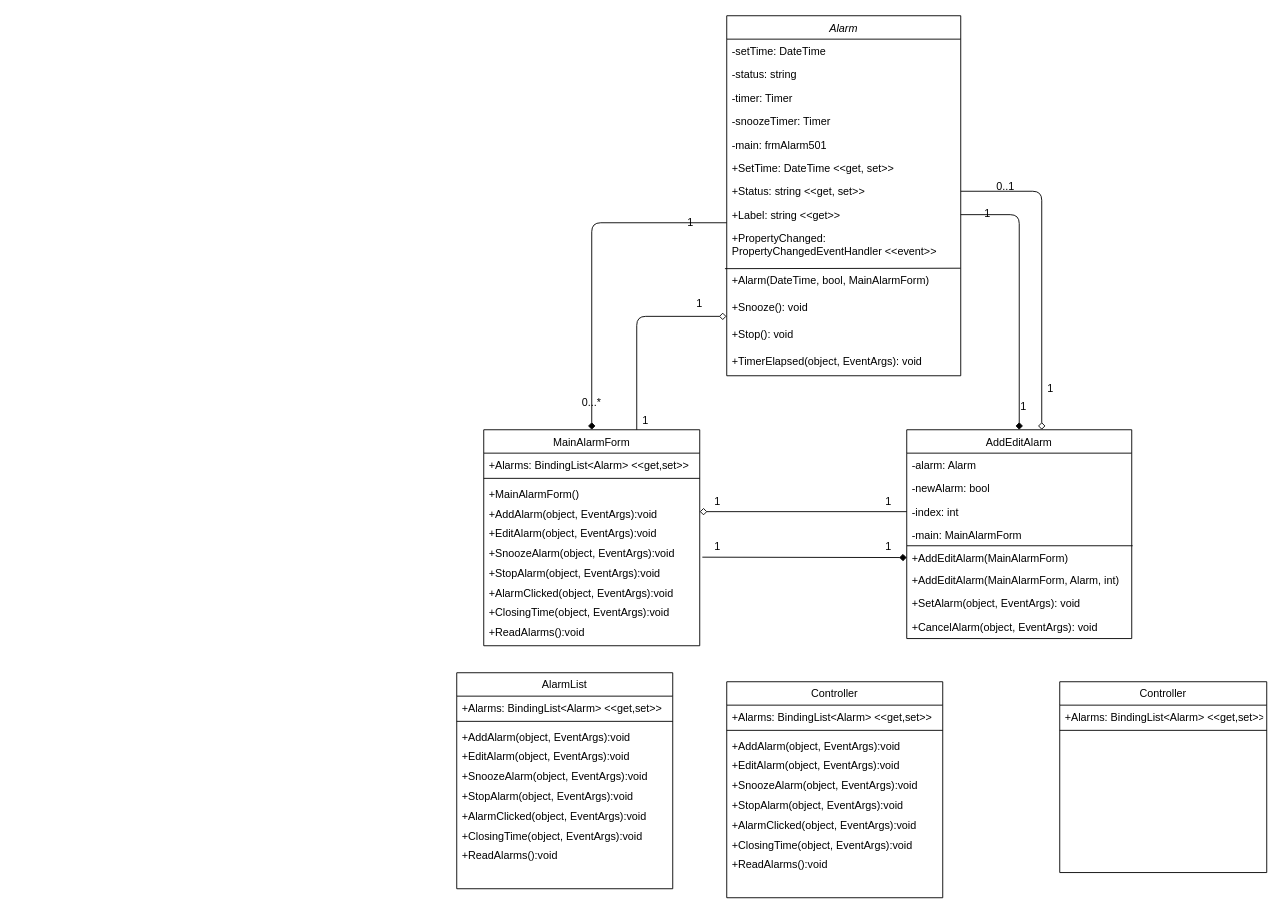
Above: Alarm501-CD-P2.drawio in ZacheryHazen/test (draw.io), before the change. Source tidied: cells renumbered, new cells numbered last; positions are measured from the earlier drawing's top-left corner, leaving out a move shared by most shapes. Both pictures are drawn from the tidied source at 90%, with x=0, y=0 at pixel (456, 15).
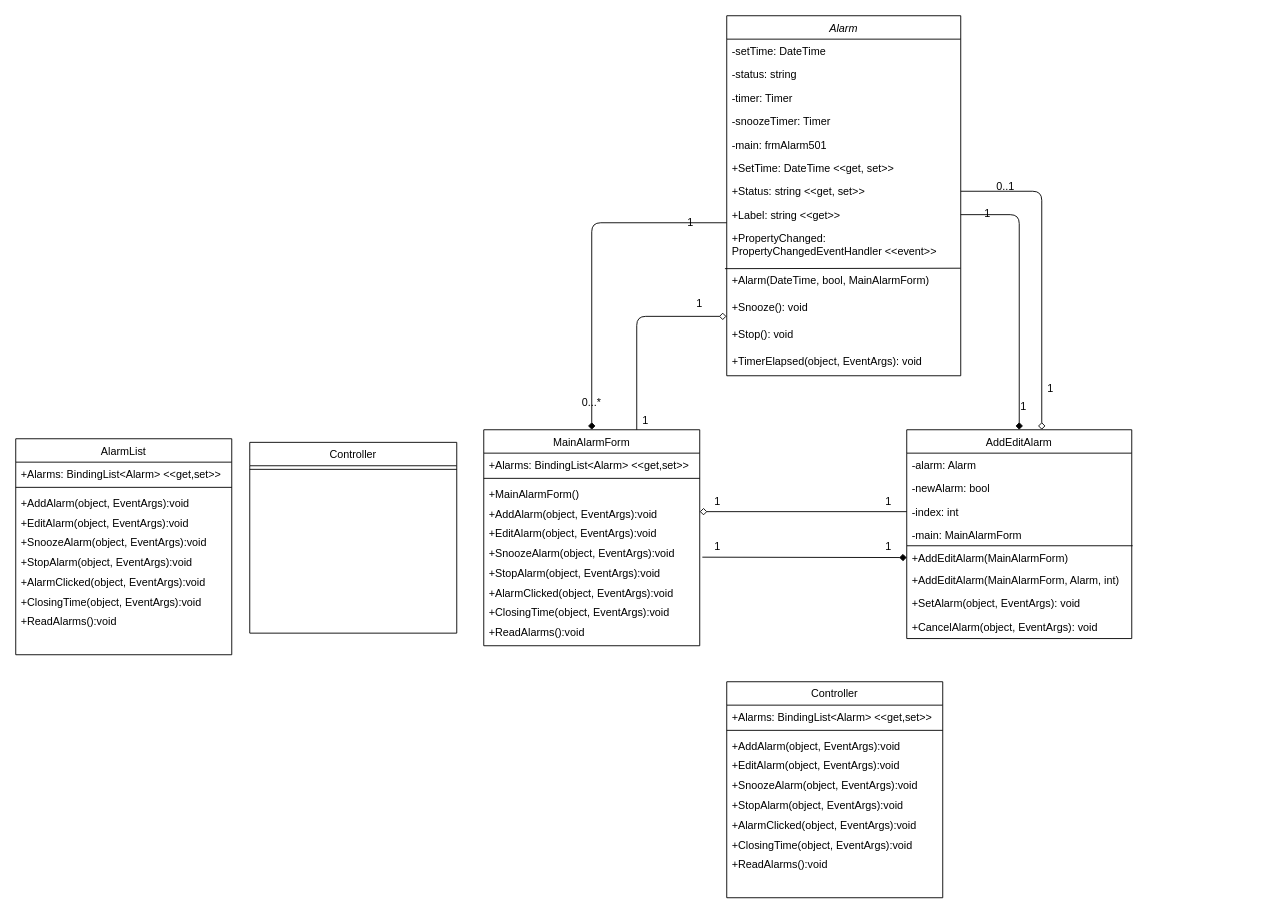
The same page after the edit.

What changed in the source:
```diff
@@
     <mxCell id="66" value="AlarmList" style="swimlane;fontStyle=0;align=center;verticalAlign=top;horizontal=1;startSize=26;rounded=0;shadow=0;strokeWidth=1;" parent="1" vertex="1">
-      <mxGeometry y="730" width="240" height="240" as="geometry" />
+      <mxGeometry x="-490" y="470" width="240" height="240" as="geometry" />
     </mxCell>
@@
     <mxCell id="76" value="Controller" style="swimlane;fontStyle=0;align=center;verticalAlign=top;horizontal=1;startSize=26;rounded=0;shadow=0;strokeWidth=1;" parent="1" vertex="1">
-      <mxGeometry x="670" y="740" width="230" height="212" as="geometry" />
+      <mxGeometry x="-230" y="474" width="230" height="212" as="geometry" />
     </mxCell>
-    <mxCell id="77" value="+Alarms: BindingList&lt;Alarm&gt; &lt;&lt;get,set&gt;&gt;" style="text;align=left;verticalAlign=top;spacingLeft=4;spacingRight=4;overflow=hidden;" parent="76" vertex="1">
-      <mxGeometry y="26" width="230" height="24" as="geometry" />
-    </mxCell>
     <mxCell id="78" style="line;html=1;strokeWidth=1;align=left;verticalAlign=middle;spacingTop=-1;spacingLeft=3;spacingRight=3;labelPosition=right;" parent="76" vertex="1">
-      <mxGeometry y="50" width="230" height="8" as="geometry" />
+      <mxGeometry y="26" width="230" height="8" as="geometry" />
     </mxCell>
```
